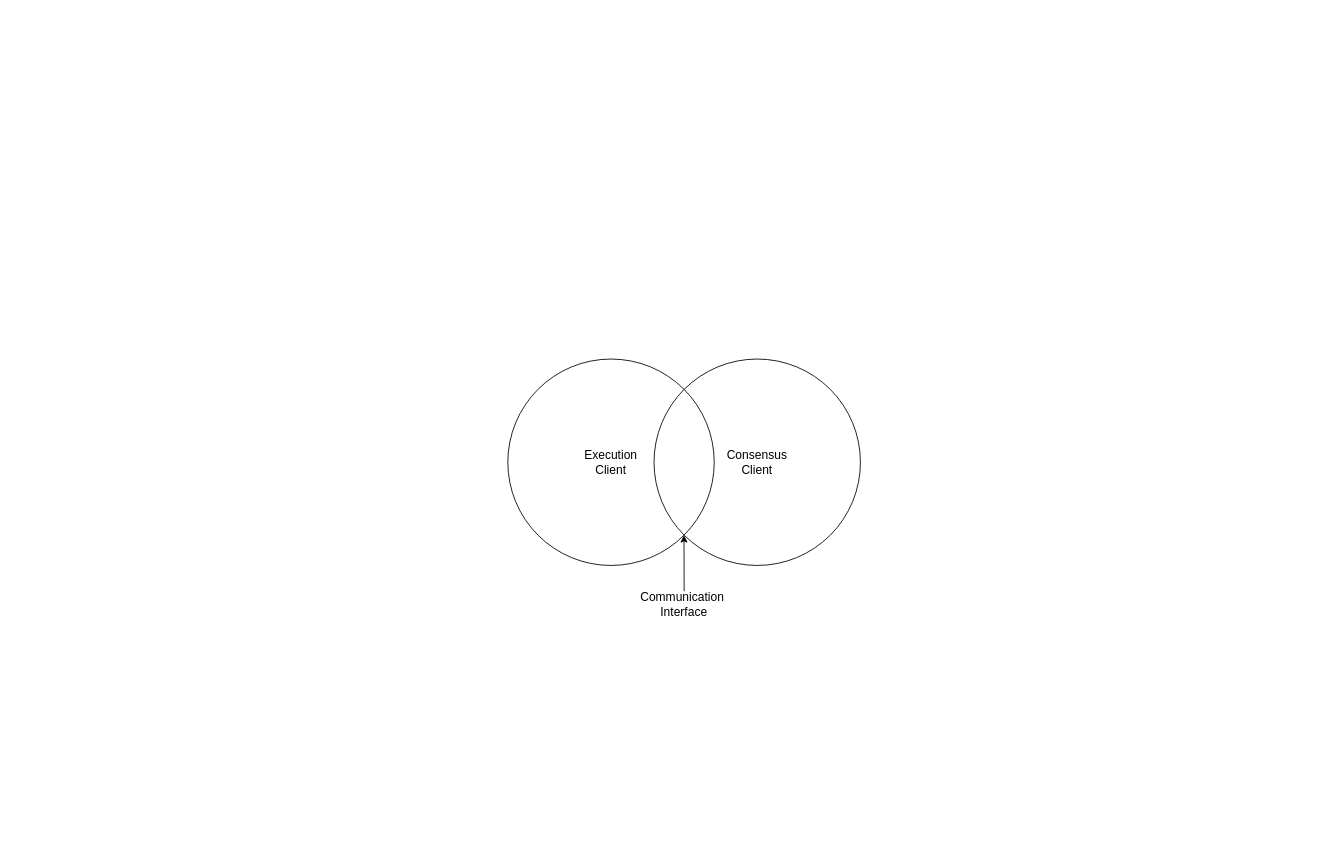
This is Bryt-mpc.drawio from ali-05-ahmed/Concept-Diagrams, a draw.io file, before an edit. Source tidied: cells renumbered, new cells numbered last; positions are measured from the earlier drawing's top-left corner, leaving out a move shared by most shapes. Both pictures are drawn from the tidied source at 86%, with x=0, y=0 at pixel (507, 359).
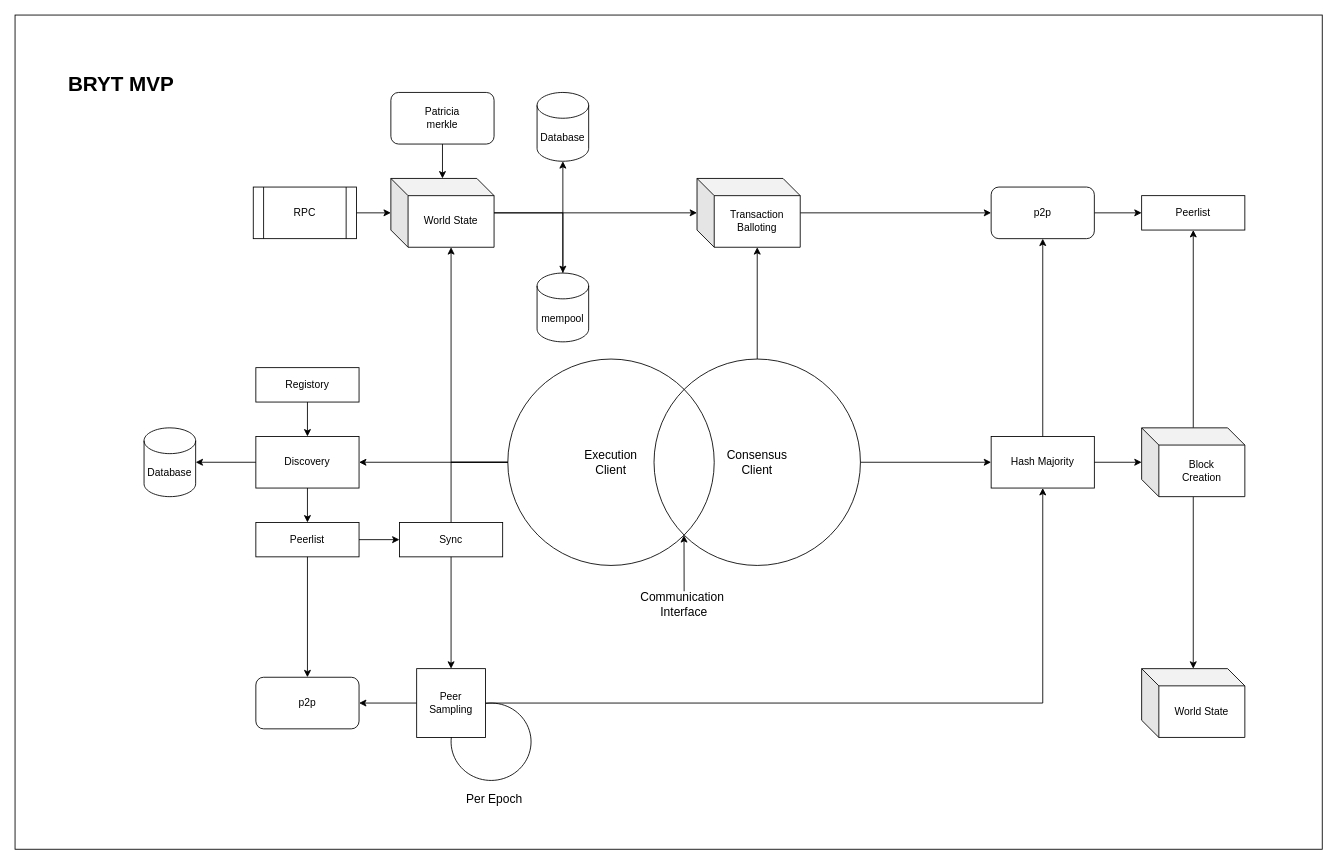
The same diagram, later.

Unchanged cells that the change refers to:
```xml
<mxCell id="2" value="&lt;font style=&quot;font-size: 14px;&quot;&gt;Consensus&lt;/font&gt;&lt;div style=&quot;font-size: 14px;&quot;&gt;&lt;font style=&quot;font-size: 14px;&quot;&gt;Client&lt;/font&gt;&lt;/div&gt;" style="ellipse;whiteSpace=wrap;html=1;fillColor=none;" parent="1" vertex="1">
  <mxGeometry x="170" width="240" height="240" as="geometry" />
</mxCell>
<mxCell id="3" value="&lt;font style=&quot;font-size: 14px;&quot;&gt;Execution&lt;br&gt;Client&lt;/font&gt;" style="ellipse;whiteSpace=wrap;html=1;fillColor=none;" parent="1" vertex="1">
  <mxGeometry width="240" height="240" as="geometry" />
</mxCell>
```

Change to the diagram source:
```diff
@@
+    <mxCell id="6" style="rounded=0;whiteSpace=wrap;html=1;" parent="1" vertex="1">
+      <mxGeometry x="-573" y="-400" width="1520" height="970" as="geometry" />
+    </mxCell>
+    <mxCell id="7" style="edgeStyle=orthogonalEdgeStyle;rounded=0;jettySize=auto;html=1;" parent="1" edge="1" source="2" target="43">
+      <mxGeometry relative="1" as="geometry" />
+    </mxCell>
@@
+    <mxCell id="8" style="edgeStyle=orthogonalEdgeStyle;rounded=0;jettySize=auto;html=1;" parent="1" edge="1" source="3" target="12">
+      <mxGeometry relative="1" as="geometry" />
+    </mxCell>
+    <mxCell id="9" style="edgeStyle=orthogonalEdgeStyle;rounded=0;jettySize=auto;html=1;entryX=0.5;entryY=0;entryDx=0;entryDy=0;endArrow=none;endFill=0;" parent="1" edge="1" source="3" target="36">
+      <mxGeometry relative="1" as="geometry" />
+    </mxCell>
@@
+    <mxCell id="10" style="edgeStyle=orthogonalEdgeStyle;rounded=0;jettySize=auto;html=1;" parent="1" edge="1" source="12" target="13">
+      <mxGeometry relative="1" as="geometry" />
+    </mxCell>
+    <mxCell id="11" style="edgeStyle=orthogonalEdgeStyle;rounded=0;jettySize=auto;html=1;" parent="1" edge="1" source="12" target="18">
+      <mxGeometry relative="1" as="geometry" />
+    </mxCell>
+    <mxCell id="12" value="Discovery" style="whiteSpace=wrap;html=1;fillColor=none;" parent="1" vertex="1">
+      <mxGeometry x="-293" y="90" width="120" height="60" as="geometry" />
+    </mxCell>
+    <mxCell id="13" value="Database" style="shape=cylinder3;whiteSpace=wrap;html=1;boundedLbl=1;backgroundOutline=1;size=15;" parent="1" vertex="1">
+      <mxGeometry x="-423" y="80" width="60" height="80" as="geometry" />
+    </mxCell>
+    <mxCell id="14" style="edgeStyle=orthogonalEdgeStyle;rounded=0;jettySize=auto;html=1;" parent="1" edge="1" source="15" target="12">
+      <mxGeometry relative="1" as="geometry" />
+    </mxCell>
+    <mxCell id="15" value="Registory" style="whiteSpace=wrap;html=1;fillColor=none;" parent="1" vertex="1">
+      <mxGeometry x="-293" y="10" width="120" height="40" as="geometry" />
+    </mxCell>
+    <mxCell id="16" style="edgeStyle=orthogonalEdgeStyle;rounded=0;jettySize=auto;html=1;entryX=0.5;entryY=0;entryDx=0;entryDy=0;" parent="1" edge="1" source="18" target="32">
+      <mxGeometry relative="1" as="geometry" />
+    </mxCell>
+    <mxCell id="17" style="edgeStyle=orthogonalEdgeStyle;rounded=0;jettySize=auto;html=1;" parent="1" edge="1" source="18" target="36">
+      <mxGeometry relative="1" as="geometry" />
+    </mxCell>
+    <mxCell id="18" value="Peerlist" style="whiteSpace=wrap;html=1;fillColor=none;" parent="1" vertex="1">
+      <mxGeometry x="-293" y="190" width="120" height="40" as="geometry" />
+    </mxCell>
+    <mxCell id="19" style="edgeStyle=orthogonalEdgeStyle;rounded=0;jettySize=auto;html=1;" parent="1" edge="1" source="20" target="26">
+      <mxGeometry relative="1" as="geometry" />
+    </mxCell>
+    <mxCell id="20" value="World State" style="shape=cube;whiteSpace=wrap;html=1;boundedLbl=1;backgroundOutline=1;darkOpacity=0.05;darkOpacity2=0.1;" parent="1" vertex="1">
+      <mxGeometry x="-136" y="-210" width="120" height="80" as="geometry" />
+    </mxCell>
+    <mxCell id="21" style="edgeStyle=orthogonalEdgeStyle;rounded=0;jettySize=auto;html=1;entryX=0;entryY=0;entryDx=70;entryDy=80;entryPerimeter=0;" parent="1" edge="1" source="3" target="20">
+      <mxGeometry relative="1" as="geometry" />
+    </mxCell>
+    <mxCell id="22" style="edgeStyle=orthogonalEdgeStyle;rounded=0;jettySize=auto;html=1;" parent="1" edge="1" source="23" target="20">
+      <mxGeometry relative="1" as="geometry" />
+    </mxCell>
+    <mxCell id="23" value="RPC" style="shape=process;whiteSpace=wrap;html=1;backgroundOutline=1;" parent="1" vertex="1">
+      <mxGeometry x="-296" y="-200" width="120" height="60" as="geometry" />
+    </mxCell>
+    <mxCell id="24" style="edgeStyle=orthogonalEdgeStyle;rounded=0;jettySize=auto;html=1;" parent="1" edge="1" source="25" target="20">
+      <mxGeometry relative="1" as="geometry" />
+    </mxCell>
+    <mxCell id="25" value="Patricia&lt;br&gt;merkle" style="rounded=1;whiteSpace=wrap;html=1;" parent="1" vertex="1">
+      <mxGeometry x="-136" y="-310" width="120" height="60" as="geometry" />
+    </mxCell>
+    <mxCell id="26" value="Database" style="shape=cylinder3;whiteSpace=wrap;html=1;boundedLbl=1;backgroundOutline=1;size=15;" parent="1" vertex="1">
+      <mxGeometry x="34" y="-310" width="60" height="80" as="geometry" />
+    </mxCell>
+    <mxCell id="27" value="mempool" style="shape=cylinder3;whiteSpace=wrap;html=1;boundedLbl=1;backgroundOutline=1;size=15;" parent="1" vertex="1">
+      <mxGeometry x="34" y="-100" width="60" height="80" as="geometry" />
+    </mxCell>
+    <mxCell id="28" style="edgeStyle=orthogonalEdgeStyle;rounded=0;jettySize=auto;html=1;entryX=0.5;entryY=0;entryDx=0;entryDy=0;entryPerimeter=0;" parent="1" edge="1" source="20" target="27">
+      <mxGeometry relative="1" as="geometry" />
+    </mxCell>
+    <mxCell id="29" style="edgeStyle=orthogonalEdgeStyle;rounded=0;jettySize=auto;html=1;" parent="1" edge="1" source="31" target="32">
+      <mxGeometry relative="1" as="geometry" />
+    </mxCell>
+    <mxCell id="30" style="edgeStyle=orthogonalEdgeStyle;rounded=0;jettySize=auto;html=1;entryX=0.5;entryY=1;entryDx=0;entryDy=0;" parent="1" edge="1" source="31" target="43">
+      <mxGeometry relative="1" as="geometry" />
+    </mxCell>
+    <mxCell id="31" value="Peer&lt;br&gt;Sampling" style="whiteSpace=wrap;html=1;" parent="1" vertex="1">
+      <mxGeometry x="-106" y="360" width="80" height="80" as="geometry" />
+    </mxCell>
+    <mxCell id="32" value="p2p" style="rounded=1;whiteSpace=wrap;html=1;" parent="1" vertex="1">
+      <mxGeometry x="-293" y="370" width="120" height="60" as="geometry" />
+    </mxCell>
+    <mxCell id="33" style="verticalLabelPosition=bottom;verticalAlign=top;html=1;shape=mxgraph.basic.arc;startAngle=0.9794252440875133;endAngle=0.7690077039239749;" parent="1" vertex="1">
+      <mxGeometry x="-66" y="400" width="93" height="90" as="geometry" />
+    </mxCell>
+    <mxCell id="34" value="&lt;font style=&quot;font-size: 14px;&quot;&gt;Per Epoch&lt;/font&gt;" style="text;html=1;align=center;verticalAlign=middle;whiteSpace=wrap;rounded=0;" parent="1" vertex="1">
+      <mxGeometry x="-59.5" y="497" width="87" height="30" as="geometry" />
+    </mxCell>
+    <mxCell id="35" style="edgeStyle=orthogonalEdgeStyle;rounded=0;jettySize=auto;html=1;" parent="1" edge="1" source="36" target="31">
+      <mxGeometry relative="1" as="geometry" />
+    </mxCell>
+    <mxCell id="36" value="Sync" style="whiteSpace=wrap;html=1;fillColor=none;" parent="1" vertex="1">
+      <mxGeometry x="-126" y="190" width="120" height="40" as="geometry" />
+    </mxCell>
+    <mxCell id="37" style="edgeStyle=orthogonalEdgeStyle;rounded=0;jettySize=auto;html=1;" parent="1" edge="1" source="38" target="45">
+      <mxGeometry relative="1" as="geometry" />
+    </mxCell>
+    <mxCell id="38" value="Transaction&lt;br&gt;Balloting" style="shape=cube;whiteSpace=wrap;html=1;boundedLbl=1;backgroundOutline=1;darkOpacity=0.05;darkOpacity2=0.1;" parent="1" vertex="1">
+      <mxGeometry x="220" y="-210" width="120" height="80" as="geometry" />
+    </mxCell>
+    <mxCell id="39" style="edgeStyle=orthogonalEdgeStyle;rounded=0;jettySize=auto;html=1;entryX=0;entryY=0;entryDx=70;entryDy=80;entryPerimeter=0;" parent="1" edge="1" source="2" target="38">
+      <mxGeometry relative="1" as="geometry" />
+    </mxCell>
+    <mxCell id="40" style="edgeStyle=orthogonalEdgeStyle;rounded=0;jettySize=auto;html=1;entryX=0;entryY=0.5;entryDx=0;entryDy=0;entryPerimeter=0;" parent="1" edge="1" source="27" target="38">
+      <mxGeometry relative="1" as="geometry">
+        <Array as="points">
+          <mxPoint x="64" y="-170" />
+        </Array>
+      </mxGeometry>
+    </mxCell>
+    <mxCell id="41" style="edgeStyle=orthogonalEdgeStyle;rounded=0;jettySize=auto;html=1;entryX=0.5;entryY=1;entryDx=0;entryDy=0;" parent="1" edge="1" source="43" target="45">
+      <mxGeometry relative="1" as="geometry" />
+    </mxCell>
+    <mxCell id="42" style="edgeStyle=orthogonalEdgeStyle;rounded=0;jettySize=auto;html=1;" parent="1" edge="1" source="43" target="49">
+      <mxGeometry relative="1" as="geometry" />
+    </mxCell>
+    <mxCell id="43" value="Hash Majority" style="whiteSpace=wrap;html=1;fillColor=none;" parent="1" vertex="1">
+      <mxGeometry x="562" y="90" width="120" height="60" as="geometry" />
+    </mxCell>
+    <mxCell id="44" style="edgeStyle=orthogonalEdgeStyle;rounded=0;jettySize=auto;html=1;" parent="1" edge="1" source="45" target="46">
+      <mxGeometry relative="1" as="geometry" />
+    </mxCell>
+    <mxCell id="45" value="p2p" style="rounded=1;whiteSpace=wrap;html=1;" parent="1" vertex="1">
+      <mxGeometry x="562" y="-200" width="120" height="60" as="geometry" />
+    </mxCell>
+    <mxCell id="46" value="Peerlist" style="whiteSpace=wrap;html=1;fillColor=none;" parent="1" vertex="1">
+      <mxGeometry x="737" y="-190" width="120" height="40" as="geometry" />
+    </mxCell>
+    <mxCell id="47" style="edgeStyle=orthogonalEdgeStyle;rounded=0;jettySize=auto;html=1;entryX=0.5;entryY=1;entryDx=0;entryDy=0;" parent="1" edge="1" source="49" target="46">
+      <mxGeometry relative="1" as="geometry" />
+    </mxCell>
+    <mxCell id="48" style="edgeStyle=orthogonalEdgeStyle;rounded=0;jettySize=auto;html=1;" parent="1" edge="1" source="49" target="50">
+      <mxGeometry relative="1" as="geometry" />
+    </mxCell>
+    <mxCell id="49" value="Block&lt;br&gt;Creation" style="shape=cube;whiteSpace=wrap;html=1;boundedLbl=1;backgroundOutline=1;darkOpacity=0.05;darkOpacity2=0.1;" parent="1" vertex="1">
+      <mxGeometry x="737" y="80" width="120" height="80" as="geometry" />
+    </mxCell>
+    <mxCell id="50" value="World State" style="shape=cube;whiteSpace=wrap;html=1;boundedLbl=1;backgroundOutline=1;darkOpacity=0.05;darkOpacity2=0.1;" parent="1" vertex="1">
+      <mxGeometry x="737" y="360" width="120" height="80" as="geometry" />
+    </mxCell>
+    <mxCell id="51" value="&lt;h1 style=&quot;margin-top: 0px;&quot;&gt;&lt;span style=&quot;background-color: initial;&quot;&gt;BRYT MVP&lt;/span&gt;&lt;br&gt;&lt;/h1&gt;" style="text;html=1;whiteSpace=wrap;overflow=hidden;rounded=0;" parent="1" vertex="1">
+      <mxGeometry x="-513" y="-340" width="180" height="50" as="geometry" />
+    </mxCell>
```
